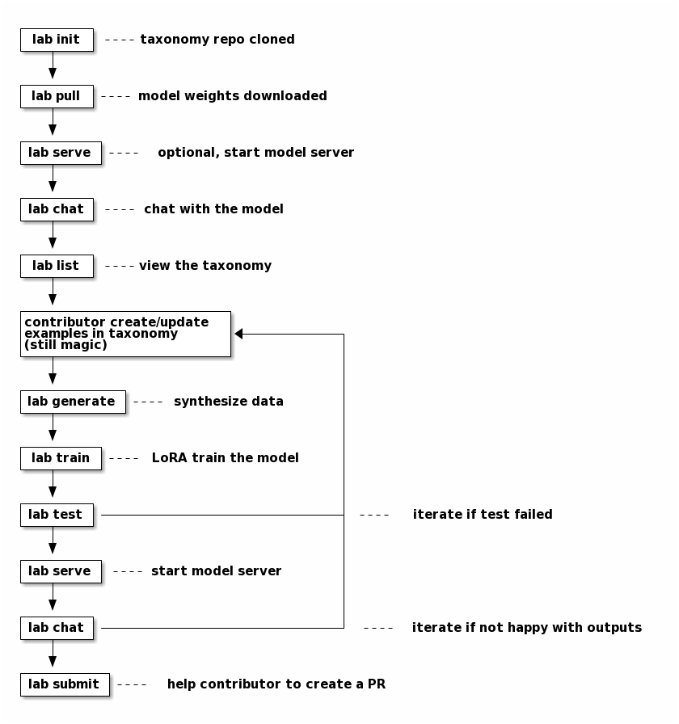
Before: docs/workflow.png, a diagram exported from PlantUML (instructlab/instructlab). Its source is kept beside it as docs/workflow.puml.
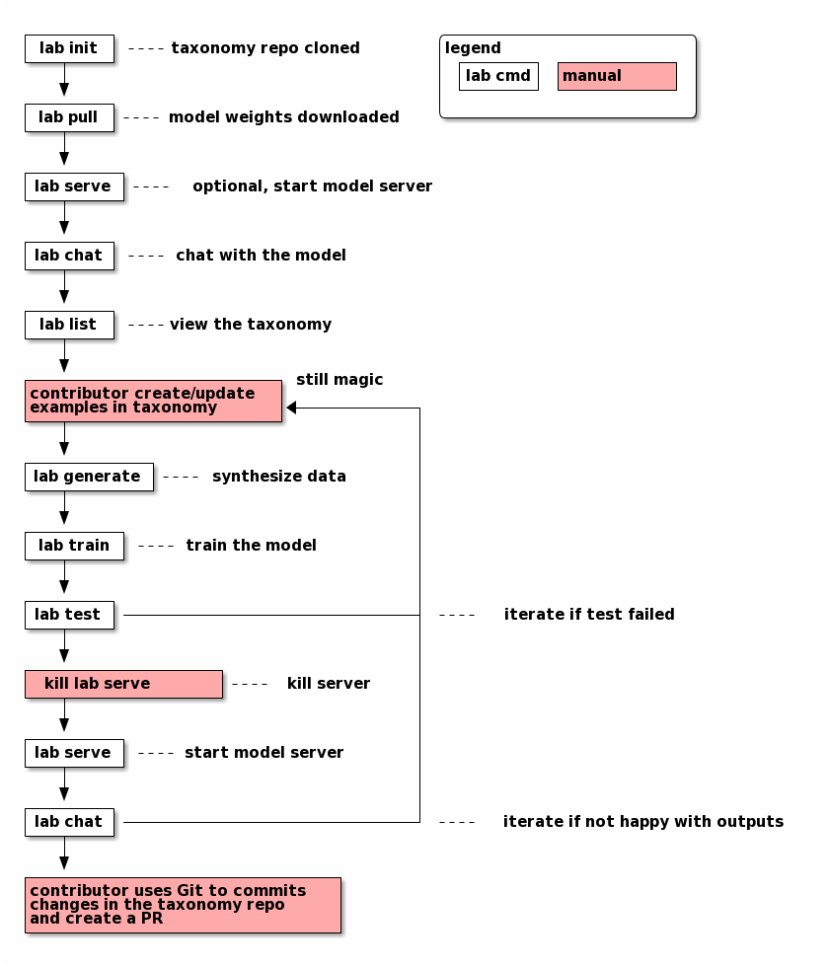
Later version of the same file.

Commit message:
chore: update based on conversation w/ Jeremy

Diff of the diagram source:
```diff
@@ -1,11 +1,11 @@
 @startditaa
-+--------+
-|lab init|-=---taxonomy repo cloned
-+---+----+
-    |
-    v
-+---+----+
-|lab pull|-=---model weights downloaded
++--------+                                /-------------------------\
+|lab init|-=---taxonomy repo cloned       |legend                   |
++---+----+                                | +-------+ +-----------+ |
+    |                                     | |lab cmd| |manual cPNK| |
+    v                                     | +---+---+ +-----------+ |
++---+----+                                |                     cFFF|
+|lab pull|-=---model weights downloaded   \-------------------------/
 +---+----+
     |
     v
@@ -24,10 +24,9 @@
 +---+----+
     |
     v
-+---+---------------------+
++---+---------------------+still magic
 |contributor create/update|
-|examples in taxonomy     |<------------+
-|(still magic)            |             |
+|examples in taxonomy cPNK|<------------+
 +---+---------------------+             |
     |                                   |
     v                                   |
@@ -46,6 +45,11 @@
 +---+----+                              |
     |                                   |
     v                                   |
++---+---------------+                   |
+|kill lab serve cPNK|-=---kill server   |
++---+---------------+                   |
+    |                                   |
+    v                                   |
 +---+-----+                             |
 |lab serve|-=---start model server      |
 +---+-----+                             |
@@ -56,7 +60,9 @@
 +---+----+
     |
     v
-+---+------+
-|lab submit|-=---help contributor to create a PR
-+----------+
++---+---------------------------+
+|contributor uses Git to commits|
+|changes in the taxonomy repo   |
+|and create a PR            cPNK|
++---+---------------------------+
 @endditaa
```
